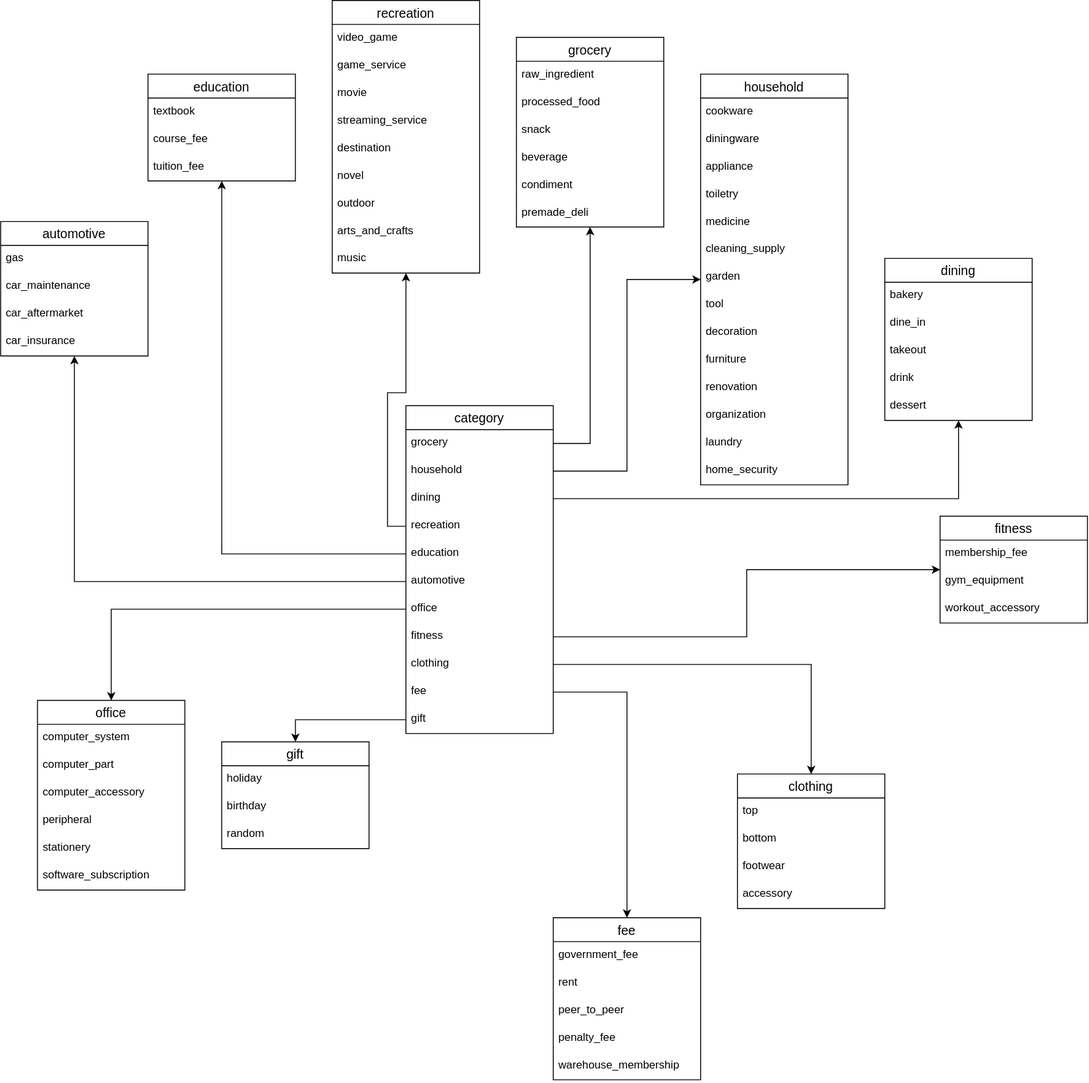
This is diagram/img/category-subcategory-relation.svg from fatteryacid/penny, a draw.io export, as it was before one commit. Source tidied: cells renumbered, new cells last; positions are measured from the earlier drawing's top-left corner, leaving out a move shared by most shapes.
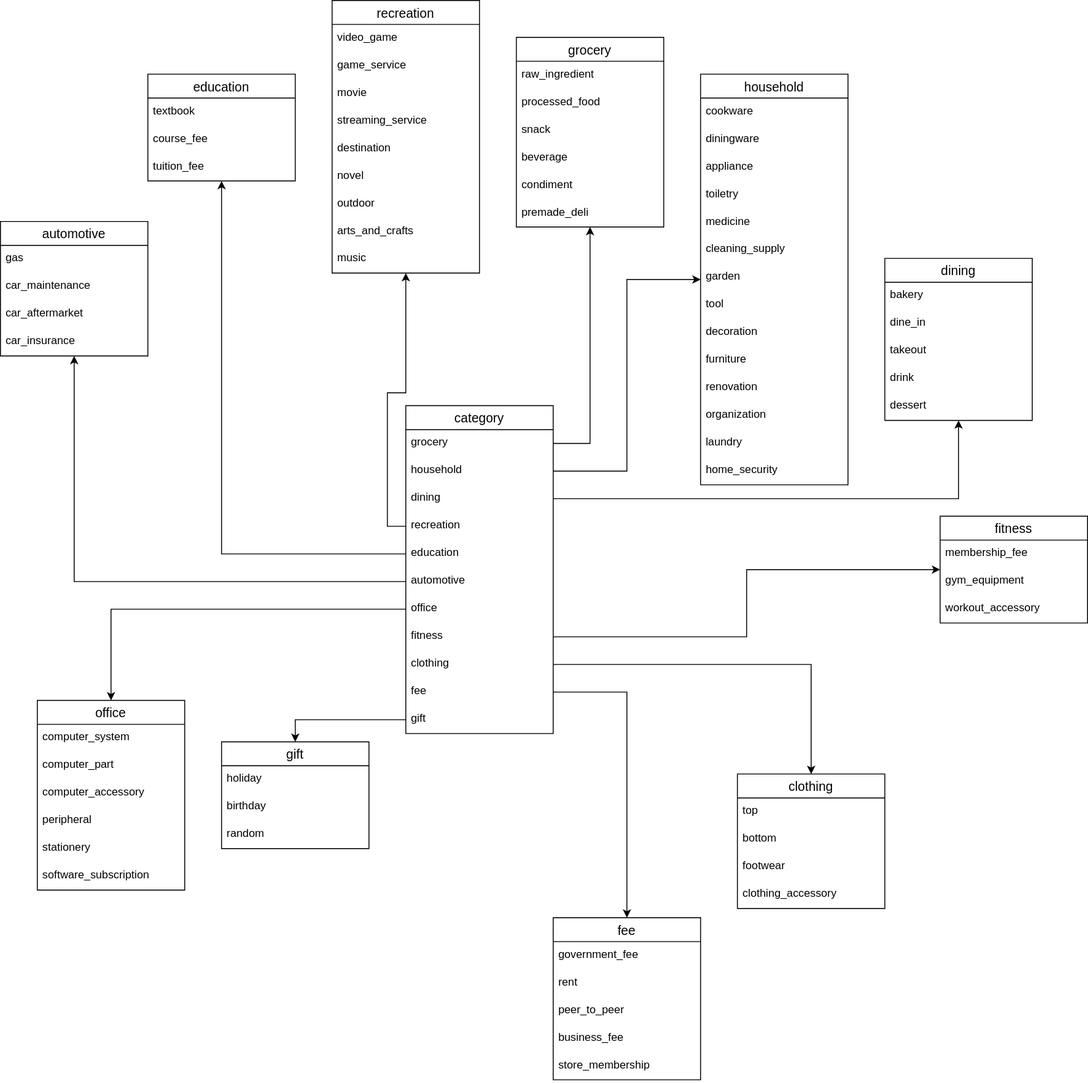
The same file after the commit.

Commit message:
Update schema changes to diagram references

Diff of the diagram source:
```diff
@@ -248,7 +248,7 @@
     <mxCell id="83" value="footwear" style="text;strokeColor=none;fillColor=none;spacingLeft=4;spacingRight=4;overflow=hidden;fontSize=12;" parent="80" vertex="1">
       <mxGeometry y="86" width="160" height="30" as="geometry" />
     </mxCell>
-    <mxCell id="84" value="accessory" style="text;strokeColor=none;fillColor=none;spacingLeft=4;spacingRight=4;overflow=hidden;fontSize=12;" parent="80" vertex="1">
+    <mxCell id="84" value="clothing_accessory" style="text;strokeColor=none;fillColor=none;spacingLeft=4;spacingRight=4;overflow=hidden;fontSize=12;" parent="80" vertex="1">
       <mxGeometry y="116" width="160" height="30" as="geometry" />
     </mxCell>
     <mxCell id="85" style="edgeStyle=orthogonalEdgeStyle;rounded=0;jettySize=auto;html=1;" parent="1" edge="1" source="11" target="80">
@@ -266,10 +266,10 @@
     <mxCell id="89" value="peer_to_peer" style="text;strokeColor=none;fillColor=none;spacingLeft=4;spacingRight=4;overflow=hidden;fontSize=12;" parent="86" vertex="1">
       <mxGeometry y="86" width="160" height="30" as="geometry" />
     </mxCell>
-    <mxCell id="90" value="penalty_fee" style="text;strokeColor=none;fillColor=none;spacingLeft=4;spacingRight=4;overflow=hidden;fontSize=12;" parent="86" vertex="1">
+    <mxCell id="90" value="business_fee" style="text;strokeColor=none;fillColor=none;spacingLeft=4;spacingRight=4;overflow=hidden;fontSize=12;" parent="86" vertex="1">
       <mxGeometry y="116" width="160" height="30" as="geometry" />
     </mxCell>
-    <mxCell id="91" value="warehouse_membership" style="text;strokeColor=none;fillColor=none;spacingLeft=4;spacingRight=4;overflow=hidden;fontSize=12;" parent="86" vertex="1">
+    <mxCell id="91" value="store_membership" style="text;strokeColor=none;fillColor=none;spacingLeft=4;spacingRight=4;overflow=hidden;fontSize=12;" parent="86" vertex="1">
       <mxGeometry y="146" width="160" height="30" as="geometry" />
     </mxCell>
     <mxCell id="92" style="edgeStyle=orthogonalEdgeStyle;rounded=0;jettySize=auto;html=1;" parent="1" edge="1" source="12" target="86">
```
